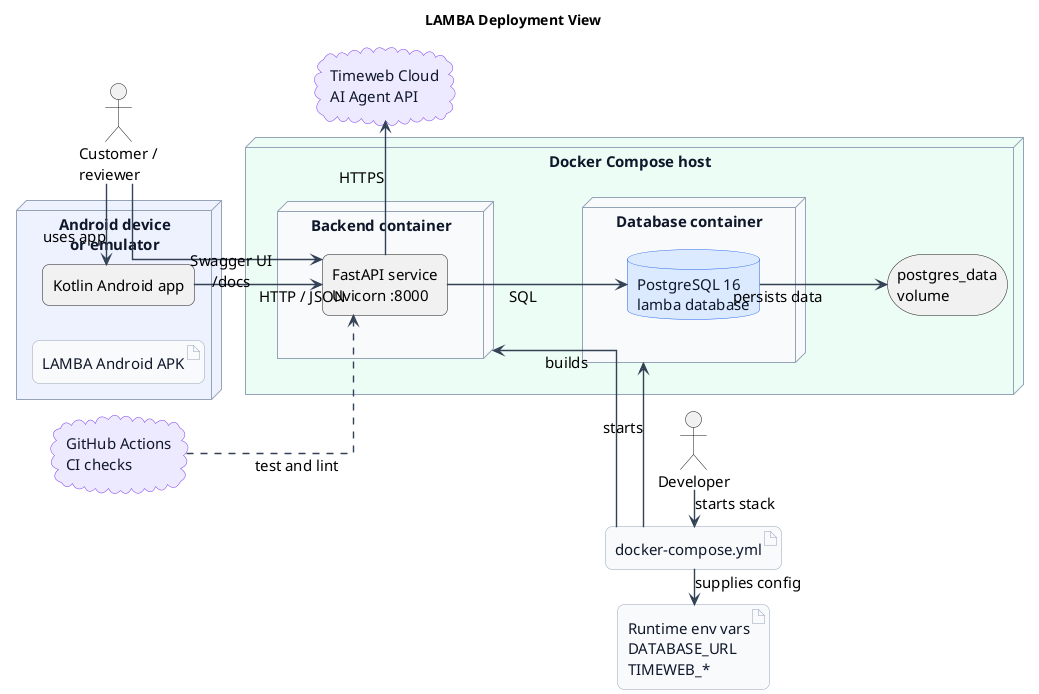
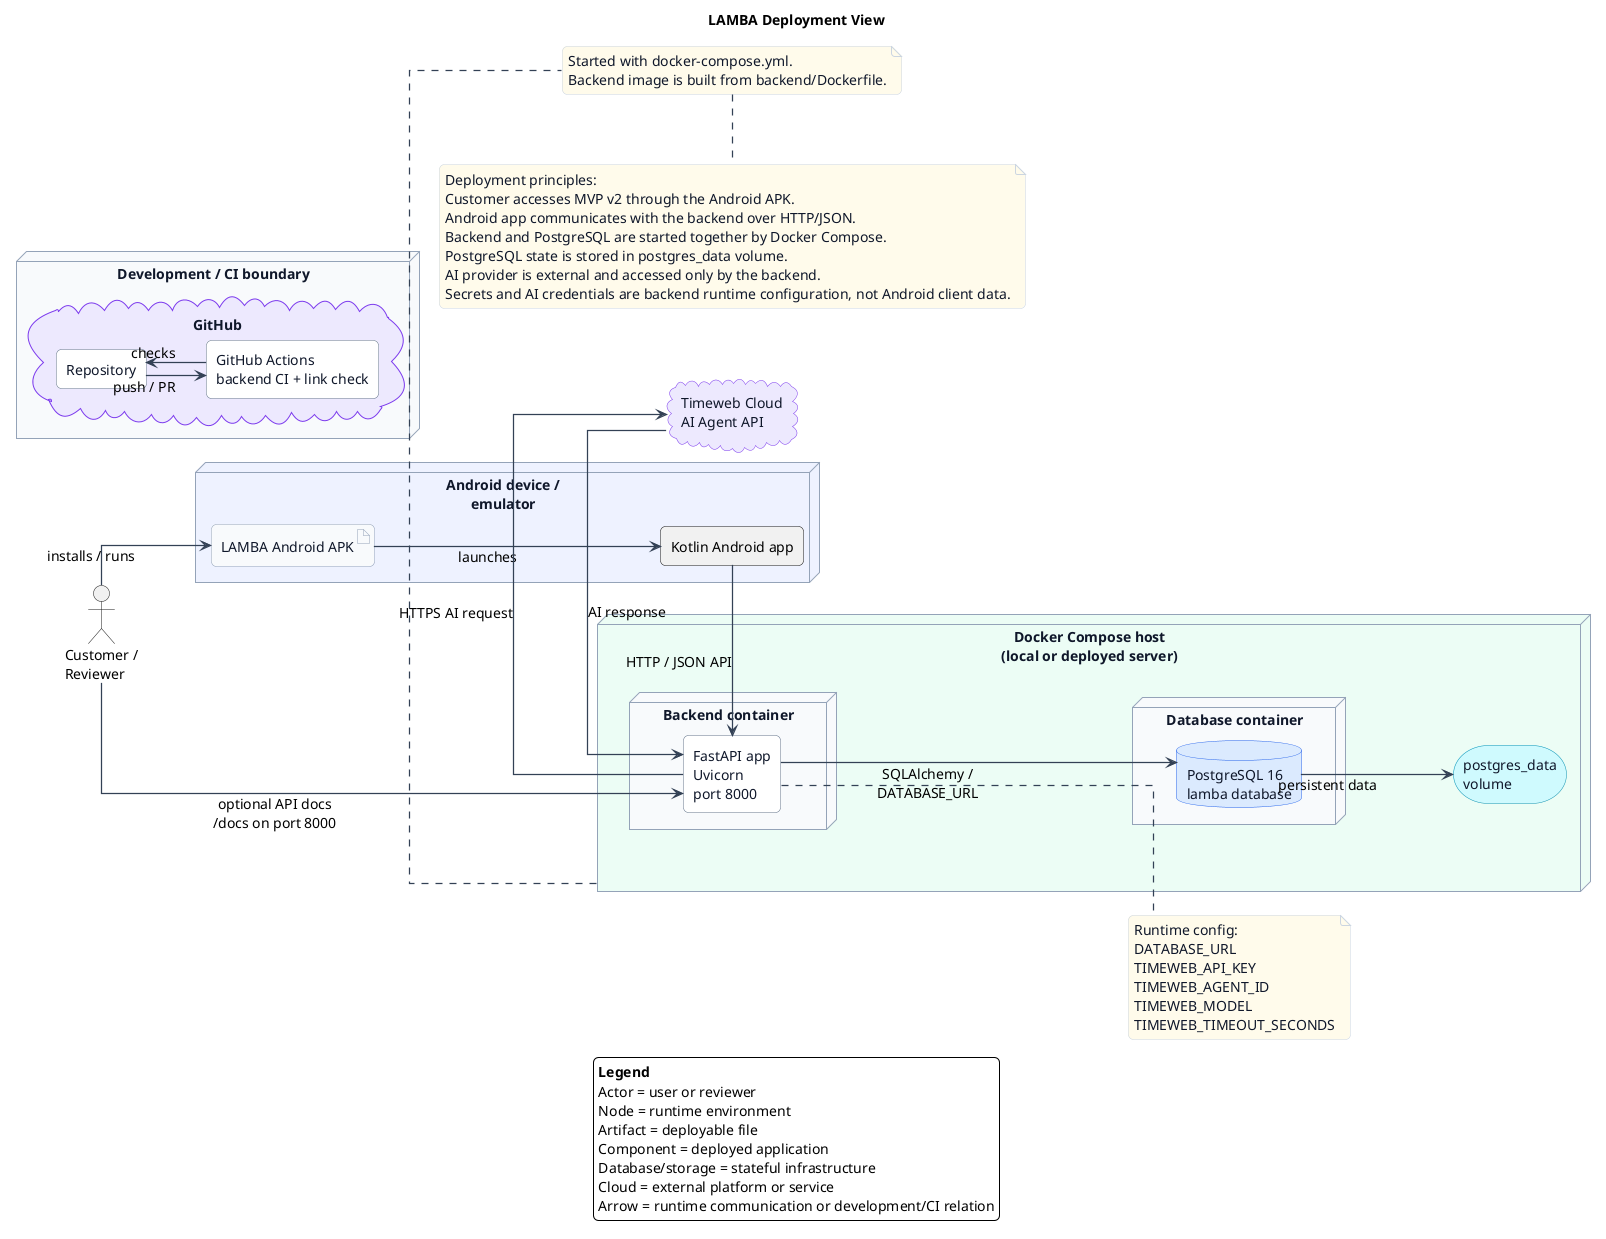
@startuml
title LAMBA Deployment View

left to right direction

skinparam shadowing false
skinparam backgroundColor #FFFFFF
skinparam defaultFontName Arial
- skinparam defaultFontSize 15
+ skinparam defaultFontSize 14
+ skinparam componentStyle rectangle
skinparam linetype ortho
+ skinparam nodesep 70
+ skinparam ranksep 60
skinparam ArrowColor #334155
- skinparam ArrowThickness 1.4
- skinparam roundcorner 14
+ skinparam ArrowThickness 1.25
+ skinparam roundcorner 10

skinparam node {
  BorderColor #94A3B8
  BackgroundColor #F8FAFC
  FontColor #0F172A
}
skinparam database {
  BorderColor #2563EB
  BackgroundColor #DBEAFE
  FontColor #0F172A
}
skinparam cloud {
  BorderColor #7C3AED
  BackgroundColor #EDE9FE
  FontColor #0F172A
}
skinparam artifact {
  BorderColor #94A3B8
  BackgroundColor #F8FAFC
  FontColor #0F172A
}
+ skinparam component {
+   BorderColor #64748B
+   BackgroundColor #FFFFFF
+   FontColor #0F172A
+ }
+ skinparam storage {
+   BorderColor #0891B2
+   BackgroundColor #CFFAFE
+   FontColor #0F172A
+ }
+ skinparam note {
+   BorderColor #CBD5E1
+   BackgroundColor #FFFBEB
+   FontColor #0F172A
+ }

- actor "Customer /\nreviewer" as Reviewer
- actor "Developer" as Developer
+ actor "Customer /\nReviewer" as Reviewer

- node "Android device\nor emulator" as AndroidNode #EEF2FF {
-   artifact "LAMBA Android APK" as Apk
+ node "Android device /\nemulator" as AndroidNode #EEF2FF {
+   artifact "LAMBA Android APK" as APK
  rectangle "Kotlin Android app" as AndroidApp
}

- node "Docker Compose host" as Host #ECFDF5 {
+ node "Docker Compose host\n(local or deployed server)" as Host #ECFDF5 {
  node "Backend container" as BackendContainer {
-     rectangle "FastAPI service\nUvicorn :8000" as Backend
+     component "FastAPI app\nUvicorn\nport 8000" as Backend
  }

  node "Database container" as DatabaseContainer {
    database "PostgreSQL 16\nlamba database" as Db
  }

  storage "postgres_data\nvolume" as Volume
}

cloud "Timeweb Cloud\nAI Agent API" as Ai
- cloud "GitHub Actions\nCI checks" as Ci

- artifact "docker-compose.yml" as Compose
- artifact "Runtime env vars\nDATABASE_URL\nTIMEWEB_*" as Env
+ node "Development / CI boundary" as DevCi #F8FAFC {
+   cloud "GitHub" as GitHub {
+     component "Repository" as Repo
+     component "GitHub Actions\nbackend CI + link check" as Ci
+   }
+ }

- Reviewer -right-> AndroidApp : uses app
- AndroidApp -right-> Backend : HTTP / JSON
- Reviewer -down-> Backend : Swagger UI\n/docs
+ Reviewer -down-> APK : installs / runs
+ APK -down-> AndroidApp : launches
+ AndroidApp -right-> Backend : HTTP / JSON API
+ Reviewer -right-> Backend : optional API docs\n/docs on port 8000

- Developer -right-> Compose : starts stack
- Compose -up-> BackendContainer : builds
- Compose -down-> DatabaseContainer : starts
- Compose -right-> Env : supplies config
+ Backend -down-> Db : SQLAlchemy /\nDATABASE_URL
+ Db -down-> Volume : persistent data
+ Backend -right-> Ai : HTTPS AI request
+ Ai -left-> Backend : AI response

- Backend -down-> Db : SQL
- Db -down-> Volume : persists data
- Backend -right-> Ai : HTTPS
- Ci ..> Backend : test and lint
+ Repo -down-> Ci : push / PR
+ Ci -up-> Repo : checks
+ 
+ note right of Backend
+ Runtime config:
+ DATABASE_URL
+ TIMEWEB_API_KEY
+ TIMEWEB_AGENT_ID
+ TIMEWEB_MODEL
+ TIMEWEB_TIMEOUT_SECONDS
+ end note
+ 
+ note bottom of Host
+ Started with docker-compose.yml.
+ Backend image is built from backend/Dockerfile.
+ end note
+ 
+ legend bottom
+   <b>Legend</b>
+   Actor = user or reviewer
+   Node = runtime environment
+   Artifact = deployable file
+   Component = deployed application
+   Database/storage = stateful infrastructure
+   Cloud = external platform or service
+   Arrow = runtime communication or development/CI relation
+ endlegend
+ 
+ note bottom
+   Deployment principles:
+   Customer accesses MVP v2 through the Android APK.
+   Android app communicates with the backend over HTTP/JSON.
+   Backend and PostgreSQL are started together by Docker Compose.
+   PostgreSQL state is stored in postgres_data volume.
+   AI provider is external and accessed only by the backend.
+   Secrets and AI credentials are backend runtime configuration, not Android client data.
+ end note

@enduml
